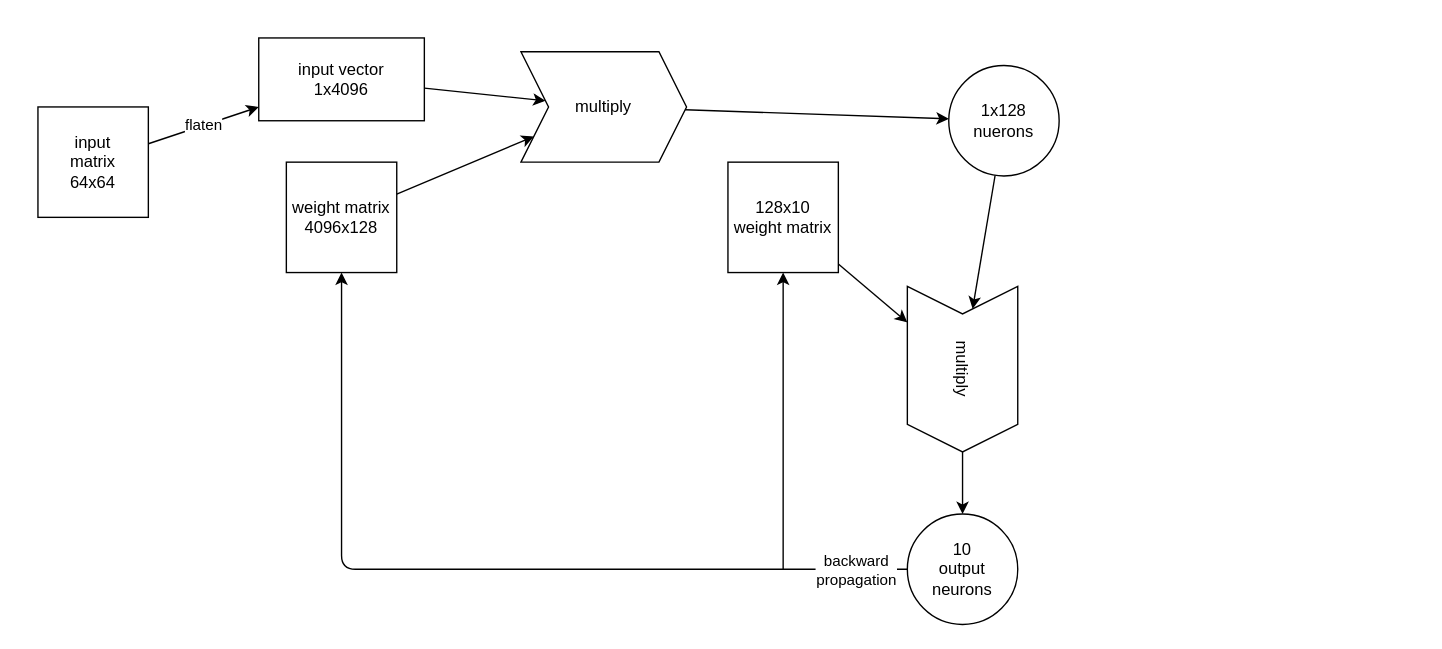
Above: neuron.drawio in the-biKing/numberAI (draw.io), before the change. Source tidied: cells renumbered, new cells numbered last; positions are measured from the earlier drawing's top-left corner, leaving out a move shared by most shapes. Both pictures are drawn from the tidied source at 138%, with x=0, y=0 at pixel (37, 37).
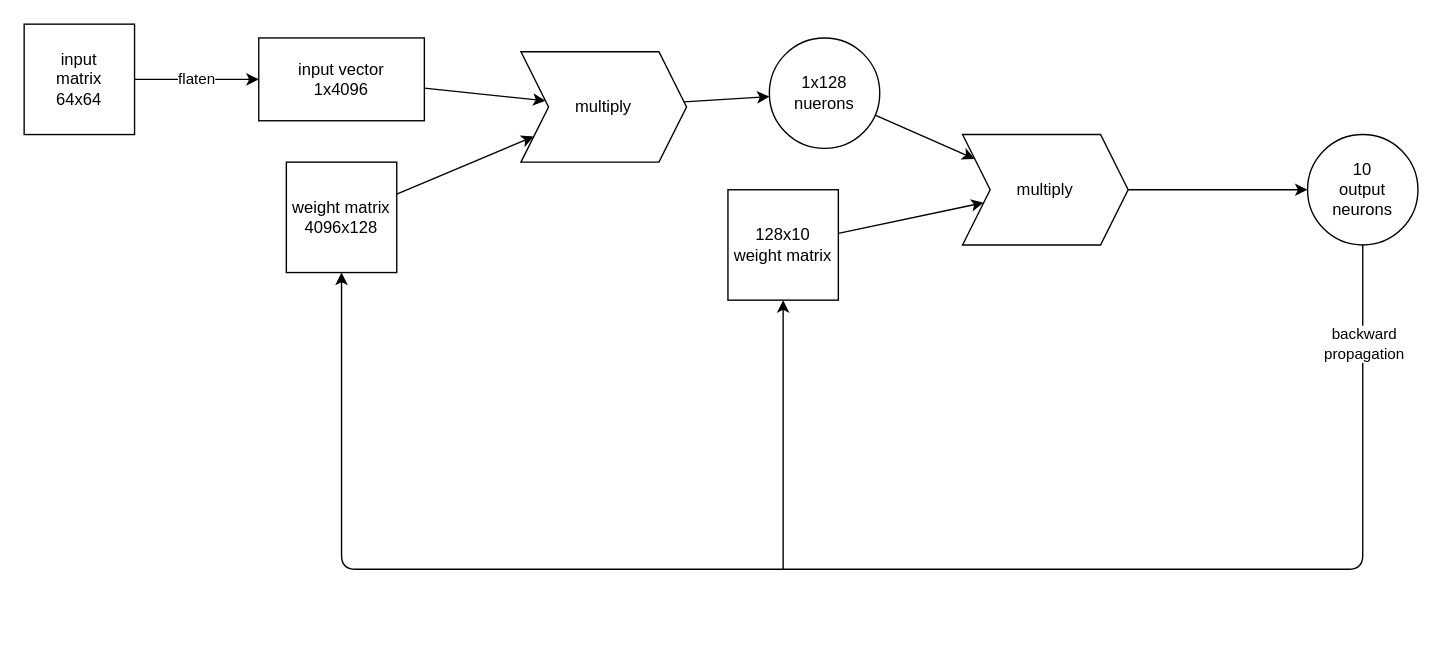
After the change.

Commit message (it also covers changes not shown here):
docs: add project overview and development phases to README

The change refers to these unchanged cells:
```xml
<mxCell id="9" value="weight matrix&lt;br&gt;4096x128" style="whiteSpace=wrap;html=1;" parent="1" vertex="1">
  <mxGeometry x="180" y="90" width="80" height="80" as="geometry" />
</mxCell>
```

The edit, as a diff of the source:
```diff
@@
     <mxCell id="3" value="input&lt;br&gt;matrix&lt;br&gt;64x64" style="whiteSpace=wrap;html=1;" parent="1" vertex="1">
-      <mxGeometry y="50" width="80" height="80" as="geometry" />
+      <mxGeometry x="-10" y="-10" width="80" height="80" as="geometry" />
     </mxCell>
@@
     <mxCell id="7" value="1x128&lt;br&gt;nuerons" style="ellipse;whiteSpace=wrap;html=1;" parent="1" vertex="1">
-      <mxGeometry x="660" y="20" width="80" height="80" as="geometry" />
+      <mxGeometry x="530" width="80" height="80" as="geometry" />
     </mxCell>
@@
     <mxCell id="14" value="128x10&lt;br&gt;weight matrix" style="whiteSpace=wrap;html=1;" parent="1" vertex="1">
-      <mxGeometry x="500" y="90" width="80" height="80" as="geometry" />
+      <mxGeometry x="500" y="110" width="80" height="80" as="geometry" />
     </mxCell>
@@
-    <mxCell id="16" value="multiply" style="shape=step;perimeter=stepPerimeter;whiteSpace=wrap;fixedSize=1;rotation=90;html=1;direction=east;" parent="1" vertex="1">
-      <mxGeometry x="610" y="200" width="120" height="80" as="geometry" />
+    <mxCell id="16" value="multiply" style="shape=step;perimeter=stepPerimeter;whiteSpace=wrap;fixedSize=1;rotation=0;html=1;direction=east;" parent="1" vertex="1">
+      <mxGeometry x="670" y="70" width="120" height="80" as="geometry" />
     </mxCell>
     <mxCell id="17" style="edgeStyle=none;html=1;entryX=0.5;entryY=1;entryDx=0;entryDy=0;" parent="1" edge="1" source="19" target="9">
       <mxGeometry relative="1" as="geometry">
         <Array as="points">
+          <mxPoint x="960" y="385" />
           <mxPoint x="220" y="385" />
         </Array>
       </mxGeometry>
     </mxCell>
@@
     <mxCell id="19" value="10&lt;br&gt;output&lt;br&gt;neurons" style="ellipse;whiteSpace=wrap;html=1;" parent="1" vertex="1">
-      <mxGeometry x="630" y="345" width="80" height="80" as="geometry" />
+      <mxGeometry x="920" y="70" width="80" height="80" as="geometry" />
     </mxCell>
```
